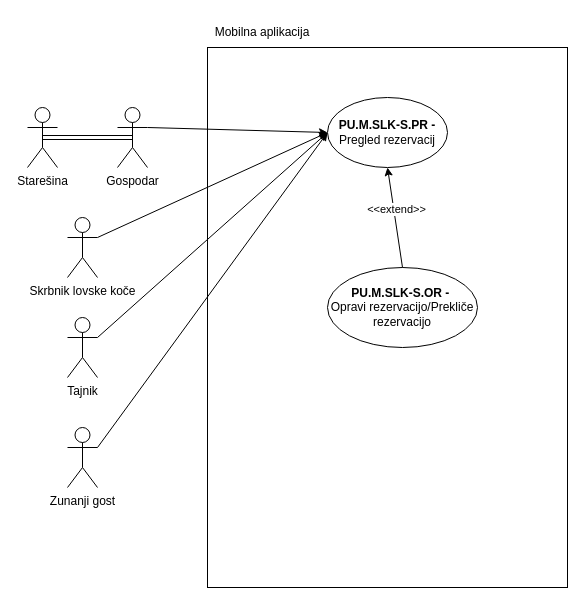
This is Skrbnistvo lovskih koc-Mobilna aplikacija.drawio from ErnestISv/Lovstvo, a draw.io file, before an edit. Source tidied: cells renumbered, new cells numbered last; positions are measured from the earlier drawing's top-left corner, leaving out a move shared by most shapes. Both pictures are drawn from the tidied source at 100%, with x=0, y=0 at pixel (27, 17).
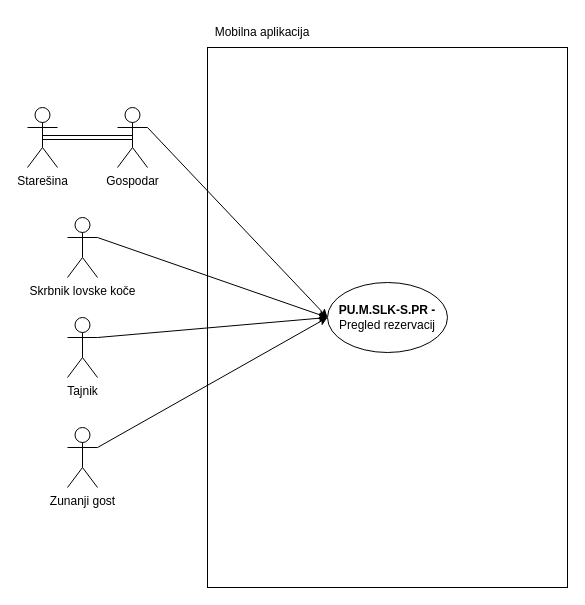
Above is the later version.

What changed in the source:
```diff
@@
 <mxGraphModel>
   <root>
     <mxCell id="0" />
     <mxCell id="1" parent="0" />
     <mxCell id="2" style="rounded=0;whiteSpace=wrap;html=1;" parent="1" vertex="1">
       <mxGeometry x="180" y="30" width="360" height="540" as="geometry" />
     </mxCell>
     <mxCell id="3" value="&lt;b&gt;PU.M.SLK-S.PR -&lt;/b&gt; Pregled rezervacij" style="ellipse;whiteSpace=wrap;html=1;" parent="1" vertex="1">
-      <mxGeometry x="300" y="80" width="120" height="70" as="geometry" />
+      <mxGeometry x="300" y="265" width="120" height="70" as="geometry" />
     </mxCell>
-    <mxCell id="4" value="&lt;b&gt;PU.M.SLK-S.&lt;/b&gt;&lt;b&gt;OR -&lt;/b&gt;&amp;nbsp;&lt;div&gt;Opravi rezervacijo/Prekliče rezervacijo&lt;/div&gt;" style="ellipse;whiteSpace=wrap;html=1;" parent="1" vertex="1">
-      <mxGeometry x="300" y="250" width="150" height="80" as="geometry" />
-    </mxCell>
     <mxCell id="5" value="Mobilna aplikacija" style="text;html=1;align=center;verticalAlign=middle;whiteSpace=wrap;rounded=0;" parent="1" vertex="1">
       <mxGeometry x="180" width="110" height="30" as="geometry" />
     </mxCell>
-    <mxCell id="6" style="endArrow=classic;html=1;rounded=0;exitX=0.5;exitY=0;exitDx=0;exitDy=0;entryX=0.5;entryY=1;entryDx=0;entryDy=0;" parent="1" edge="1" source="4" target="3">
-      <mxGeometry relative="1" as="geometry" />
-    </mxCell>
-    <mxCell id="7" value="&amp;lt;&amp;lt;extend&amp;gt;&amp;gt;" style="edgeLabel;html=1;align=center;verticalAlign=middle;" parent="6" vertex="1">
-      <mxGeometry x="0.16" y="-2" relative="1" as="geometry" />
-    </mxCell>
     <mxCell id="8" value="Gospodar" style="shape=umlActor;verticalLabelPosition=bottom;verticalAlign=top;html=1;outlineConnect=0;" parent="1" vertex="1">
       <mxGeometry x="90" y="90" width="30" height="60" as="geometry" />
     </mxCell>
     <mxCell id="9" value="Zunanji gost" style="shape=umlActor;verticalLabelPosition=bottom;verticalAlign=top;html=1;outlineConnect=0;" parent="1" vertex="1">
       <mxGeometry x="40" y="410" width="30" height="60" as="geometry" />
     </mxCell>
     <mxCell id="10" style="endArrow=classic;html=1;rounded=0;exitX=1;exitY=0.3333333333333333;exitDx=0;exitDy=0;exitPerimeter=0;entryX=0;entryY=0.5;entryDx=0;entryDy=0;" parent="1" edge="1" source="8" target="3">
       <mxGeometry relative="1" as="geometry" />
     </mxCell>
     <mxCell id="11" style="endArrow=classic;html=1;rounded=0;exitX=1;exitY=0.3333333333333333;exitDx=0;exitDy=0;exitPerimeter=0;entryX=0;entryY=0.5;entryDx=0;entryDy=0;" parent="1" edge="1" source="9" target="3">
       <mxGeometry relative="1" as="geometry" />
     </mxCell>
     <mxCell id="12" value="Starešina" style="shape=umlActor;verticalLabelPosition=bottom;verticalAlign=top;html=1;outlineConnect=0;" parent="1" vertex="1">
       <mxGeometry y="90" width="30" height="60" as="geometry" />
     </mxCell>
     <mxCell id="13" style="endArrow=classic;html=1;rounded=0;exitX=0.5;exitY=0.5;exitDx=0;exitDy=0;exitPerimeter=0;entryX=0.5;entryY=0.5;entryDx=0;entryDy=0;entryPerimeter=0;shape=link;" parent="1" edge="1" source="12" target="8">
       <mxGeometry relative="1" as="geometry" />
     </mxCell>
     <mxCell id="14" value="Tajnik" style="shape=umlActor;verticalLabelPosition=bottom;verticalAlign=top;html=1;outlineConnect=0;" parent="1" vertex="1">
       <mxGeometry x="40" y="300" width="30" height="60" as="geometry" />
     </mxCell>
     <mxCell id="15" style="endArrow=classic;html=1;rounded=0;exitX=1;exitY=0.3333333333333333;exitDx=0;exitDy=0;exitPerimeter=0;entryX=0;entryY=0.5;entryDx=0;entryDy=0;" parent="1" edge="1" source="16" target="3">
       <mxGeometry relative="1" as="geometry" />
     </mxCell>
     <mxCell id="16" value="Skrbnik lovske koče" style="shape=umlActor;verticalLabelPosition=bottom;verticalAlign=top;html=1;outlineConnect=0;" parent="1" vertex="1">
       <mxGeometry x="40" y="200" width="30" height="60" as="geometry" />
     </mxCell>
     <mxCell id="17" style="endArrow=classic;html=1;rounded=0;exitX=1;exitY=0.3333333333333333;exitDx=0;exitDy=0;exitPerimeter=0;entryX=0;entryY=0.5;entryDx=0;entryDy=0;" parent="1" edge="1" source="14" target="3">
       <mxGeometry relative="1" as="geometry" />
     </mxCell>
   </root>
 </mxGraphModel>
```
